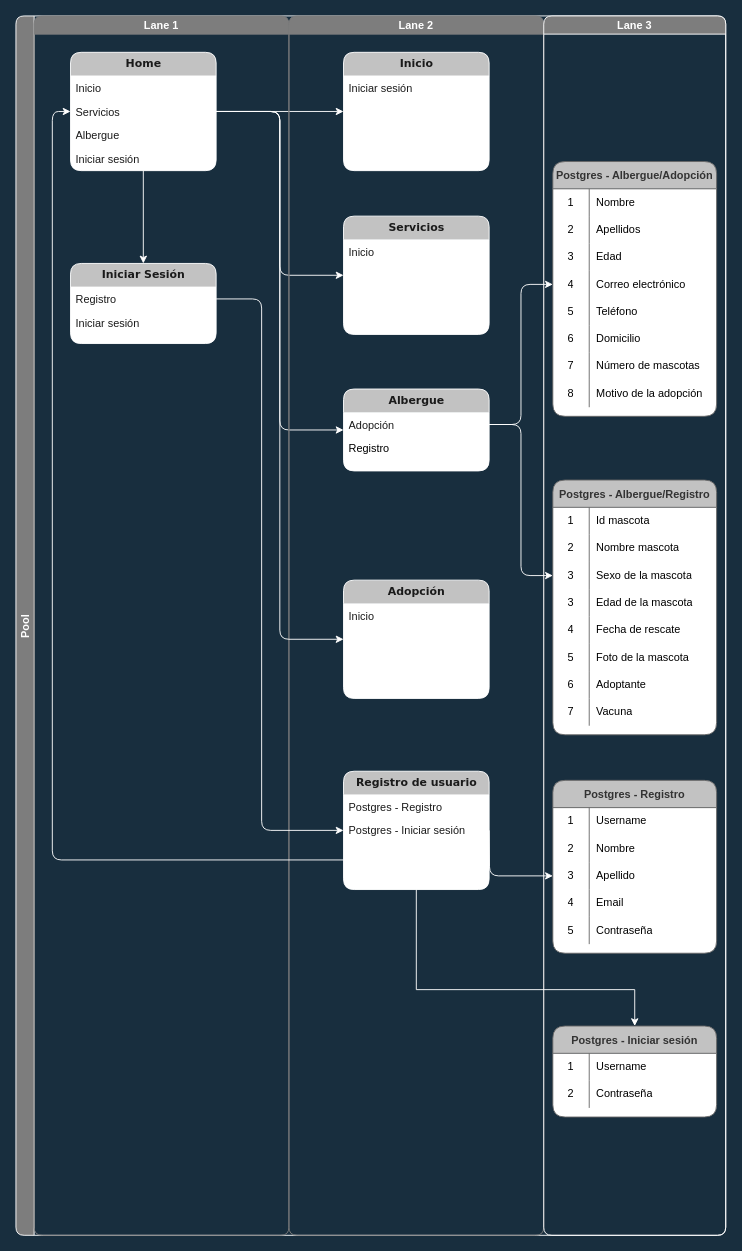
Above: Ideas_para_la_página/Ideas_para_la_página.drawio in hefecaso/0980_Proyectos-Albergue_de_mascotas (draw.io), before the change. Source tidied: cells renumbered, new cells numbered last; positions are measured from the earlier drawing's top-left corner, leaving out a move shared by most shapes. Both pictures are drawn from the tidied source at 91%, with x=0, y=0 at pixel (15, 15).
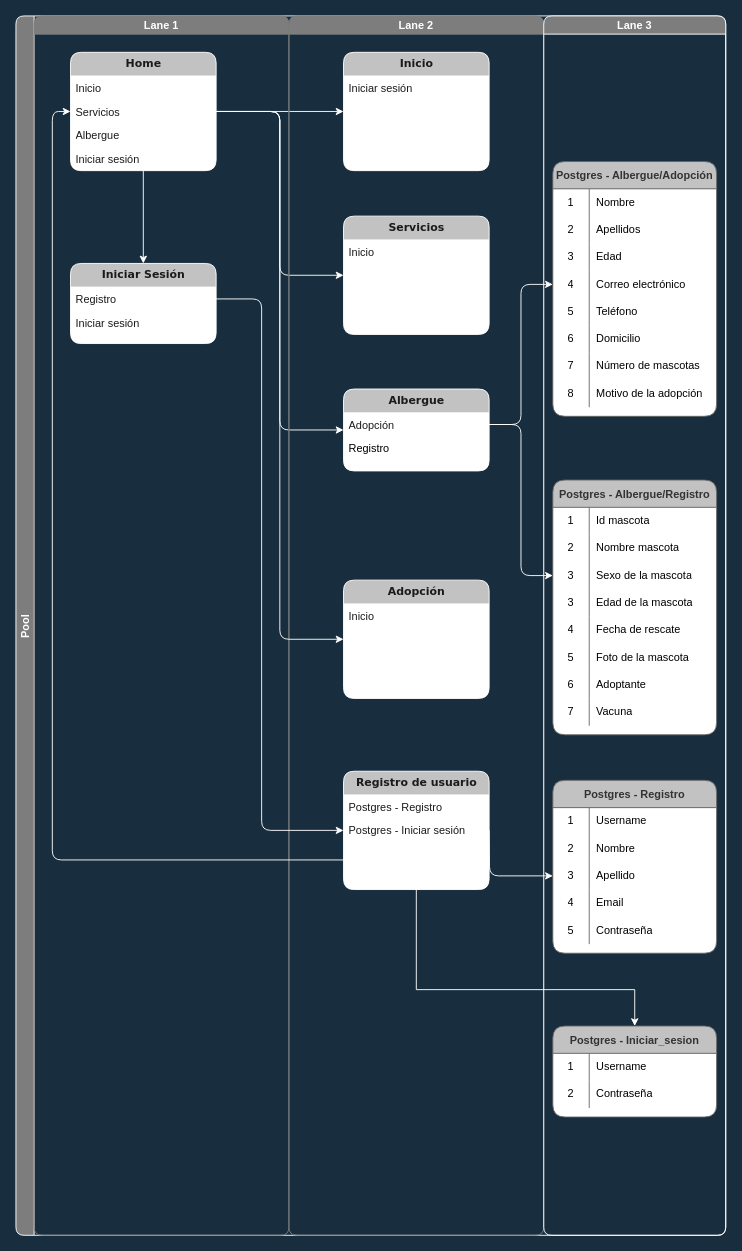
Above is the later version.

Commit message:
Colocando las tablas con el nombre de la base de datos de postgres.

Unchanged cells that the change refers to:
```xml
<mxCell id="29" value="Lane 3" style="swimlane;startSize=20;rounded=1;fontColor=#FFFFFF;strokeColor=#FFFFFF;fillColor=#7D7D7D;" parent="11" vertex="1">
  <mxGeometry x="580" width="200" height="1340" as="geometry" />
</mxCell>
```

Change to the diagram source:
```diff
@@
-    <mxCell id="96" value="Postgres - Iniciar sesión" style="shape=table;startSize=30;childLayout=tableLayout;rowLines=0;fontStyle=1;rounded=1;swimlaneFillColor=default;fillColor=#C2C2C2;fontColor=#333333;strokeColor=#666666;" parent="29" vertex="1">
+    <mxCell id="96" value="Postgres - Iniciar_sesion" style="shape=table;startSize=30;childLayout=tableLayout;rowLines=0;fontStyle=1;rounded=1;swimlaneFillColor=default;fillColor=#C2C2C2;fontColor=#333333;strokeColor=#666666;" parent="29" vertex="1">
       <mxGeometry x="10" y="1110" width="180" height="100" as="geometry" />
     </mxCell>
```
